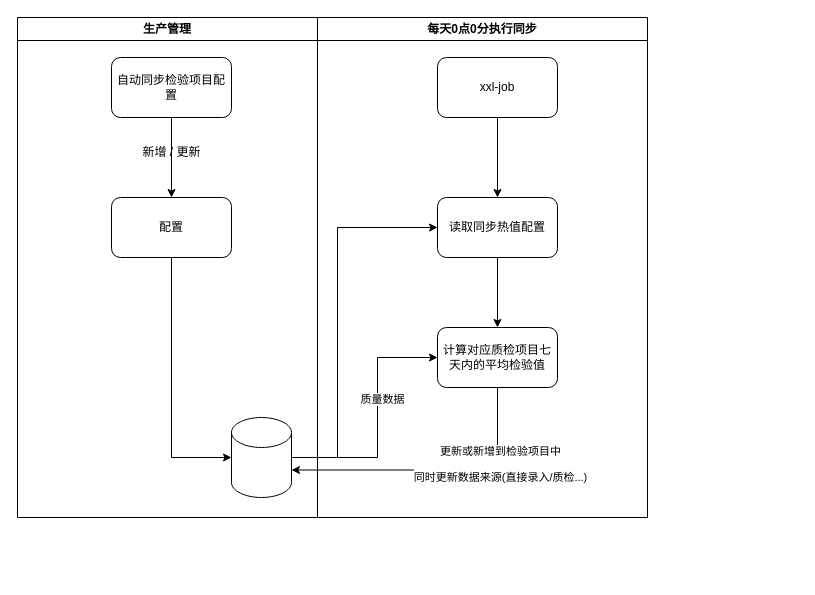
Earlier version of the draw.io diagram Temp.drawio (Leo-Lee-j/sketch). Source tidied: cells renumbered, new cells numbered last; positions are measured from the earlier drawing's top-left corner, leaving out a move shared by most shapes. Both pictures are drawn from the tidied source at 100%, with x=0, y=0 at pixel (17, 17).
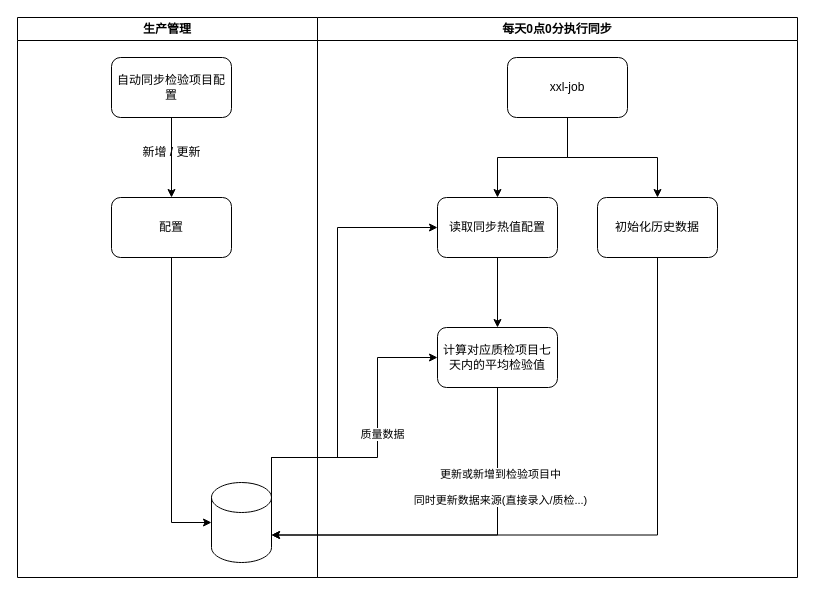
The same diagram, later.

What changed in the source:
```diff
@@
     <mxCell id="6" value="生产管理" style="swimlane;whiteSpace=wrap;html=1;" parent="1" vertex="1">
-      <mxGeometry width="300" height="500" as="geometry" />
+      <mxGeometry width="300" height="560" as="geometry" />
     </mxCell>
@@
     <mxCell id="8" style="shape=cylinder3;whiteSpace=wrap;html=1;boundedLbl=1;backgroundOutline=1;size=15;" parent="6" vertex="1">
-      <mxGeometry x="214" y="400" width="60" height="80" as="geometry" />
+      <mxGeometry x="194" y="465" width="60" height="80" as="geometry" />
     </mxCell>
     <mxCell id="9" value="每天0点0分执行同步" style="swimlane;whiteSpace=wrap;html=1;" parent="1" vertex="1">
-      <mxGeometry x="300" width="330" height="500" as="geometry" />
+      <mxGeometry x="300" width="480" height="560" as="geometry" />
     </mxCell>
@@
+    <mxCell id="20" style="edgeStyle=orthogonalEdgeStyle;rounded=0;jettySize=auto;html=1;exitX=0.5;exitY=1;exitDx=0;exitDy=0;" parent="9" edge="1" source="11" target="21">
+      <mxGeometry relative="1" as="geometry" />
+    </mxCell>
     <mxCell id="11" value="xxl-job" style="rounded=1;whiteSpace=wrap;html=1;" parent="9" vertex="1">
-      <mxGeometry x="120" y="40" width="120" height="60" as="geometry" />
+      <mxGeometry x="190" y="40" width="120" height="60" as="geometry" />
     </mxCell>
@@
+    <mxCell id="21" value="初始化历史数据" style="rounded=1;whiteSpace=wrap;html=1;" parent="9" vertex="1">
+      <mxGeometry x="280" y="180" width="120" height="60" as="geometry" />
+    </mxCell>
@@
+    <mxCell id="22" style="edgeStyle=orthogonalEdgeStyle;rounded=0;jettySize=auto;html=1;exitX=0.5;exitY=1;exitDx=0;exitDy=0;entryX=1;entryY=0;entryDx=0;entryDy=52.5;entryPerimeter=0;" parent="1" edge="1" source="21" target="8">
+      <mxGeometry relative="1" as="geometry" />
+    </mxCell>
```
